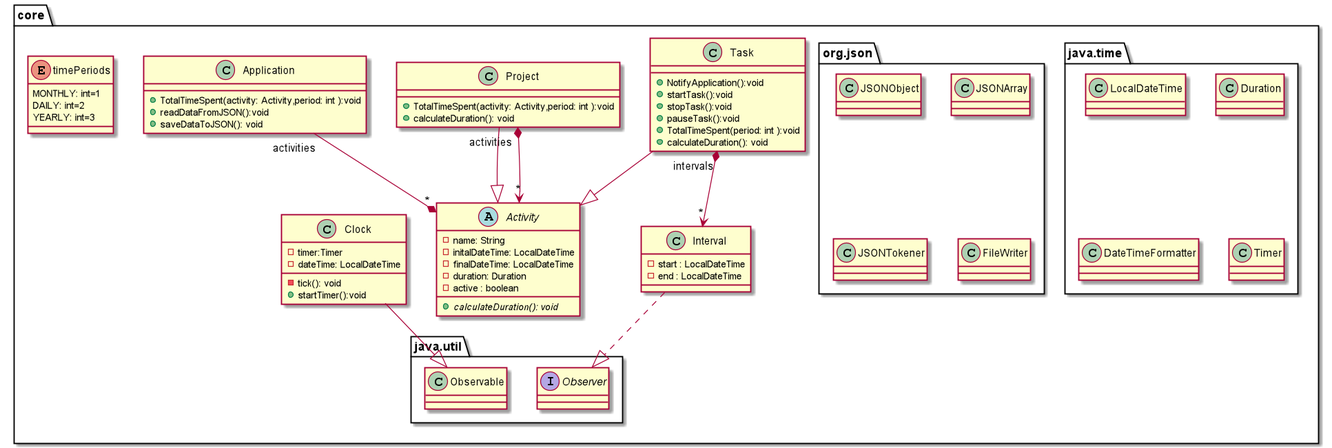
Above: FinalDiagram.png in Pau-Riba-Escobar/TimeTracker (PlantUML), before the change. The source it was exported from:
```plantuml
@startuml
package core{
    class Task
    class Interval
    class Project
    abstract class Activity
    class Application
    class Clock

    package java.util{
        class Observable
        interface Observer
        }
    package java.time{
           class LocalDateTime
           class Duration
           class DateTimeFormatter
           class Timer
        }
    package org.json{
        class JSONObject
        class JSONArray
        class JSONTokener
        class FileWriter
    }
    enum timePeriods{
        MONTHLY: int=1
        DAILY: int=2
        YEARLY: int=3
    }
}


abstract Activity{
    - name: String
    - initalDateTime: LocalDateTime
    - finalDateTime: LocalDateTime
    - duration: Duration
    - active : boolean
    + {abstract}calculateDuration(): void
}
class Application{
    + TotalTimeSpent(activity: Activity,period: int ):void
    + readDataFromJSON():void
    + saveDataToJSON(): void
}
class Project{
    + TotalTimeSpent(activity: Activity,period: int ):void
    + calculateDuration(): void
}
class Task{
    + NotifyApplication():void
    + startTask():void
    + stopTask():void
    + pauseTask():void
    + TotalTimeSpent(period: int ):void
    + calculateDuration(): void
}
class Interval{
    - start : LocalDateTime
    - end : LocalDateTime
}
class Clock{
    - timer:Timer
    - dateTime: LocalDateTime
    - tick(): void
    +startTimer():void
}
Application "activities " --* "*"Activity
Project --|> Activity
Project "activities "*-->"*"Activity
Task --|> Activity
Task "intervals"*-->"*"Interval
Clock --|> Observable
Interval ..|> Observer




@enduml
```
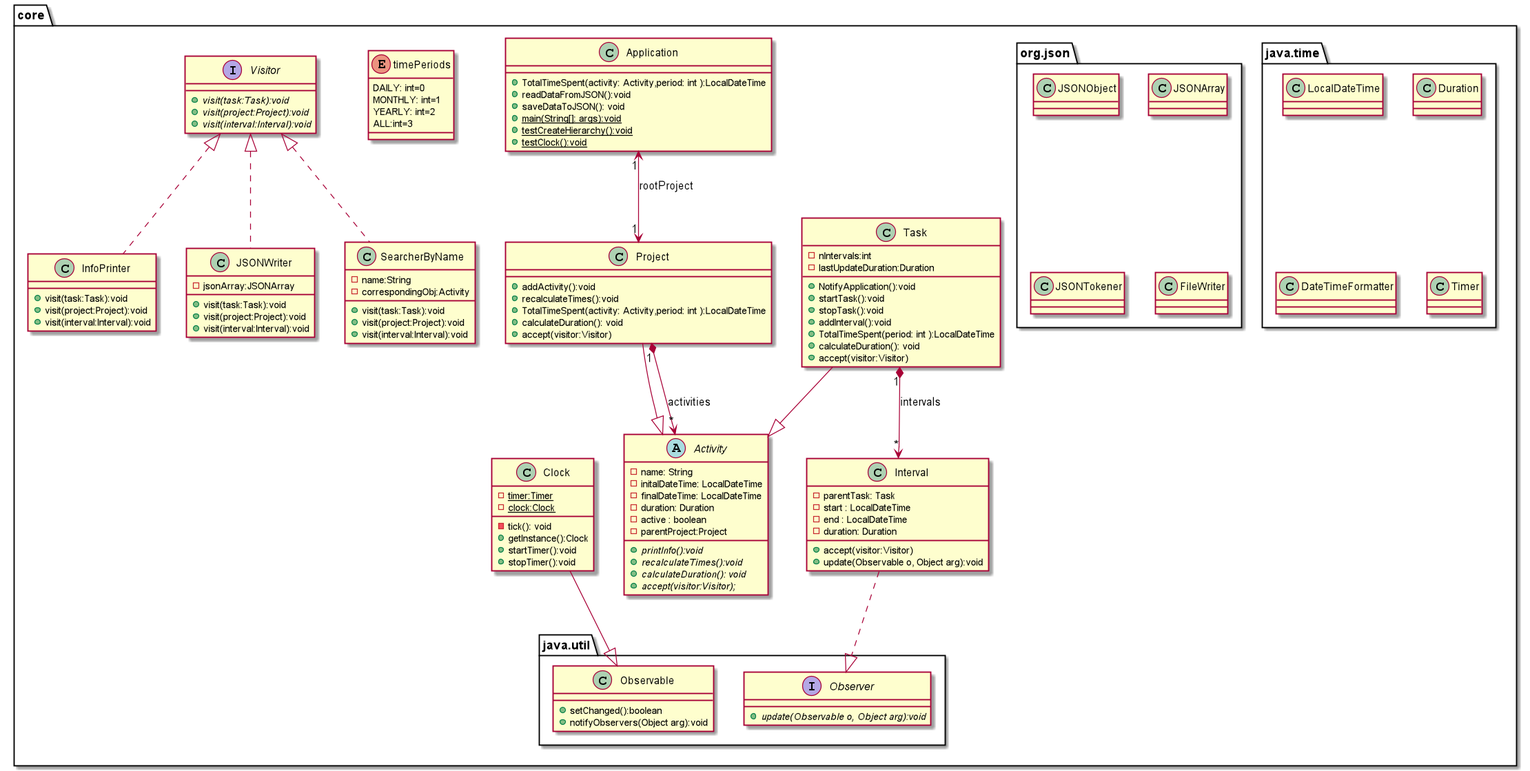
After the change.

The edit, as a diff of the source:
```diff
@@ -9,7 +9,14 @@
 
     package java.util{
         class Observable
+        {
+            + setChanged():boolean
+            + notifyObservers(Object arg):void
+        }
         interface Observer
+        {
+            + {abstract}update(Observable o, Object arg):void
+        }
         }
     package java.time{
            class LocalDateTime
@@ -24,55 +31,104 @@
         class FileWriter
     }
     enum timePeriods{
+        DAILY: int=0
         MONTHLY: int=1
-        DAILY: int=2
-        YEARLY: int=3
+        YEARLY: int=2
+        ALL:int=3
     }
+    interface Visitor
+    class InfoPrinter
+    class JSONWriter
+    class SearcherByName
 }
 
-
+interface Visitor{
+    +{abstract}visit(task:Task):void
+    +{abstract}visit(project:Project):void
+    +{abstract}visit(interval:Interval):void
+}
+class InfoPrinter{
+    +visit(task:Task):void
+    +visit(project:Project):void
+    +visit(interval:Interval):void
+}
+class JSONWriter{
+    - jsonArray:JSONArray
+    +visit(task:Task):void
+    +visit(project:Project):void
+    +visit(interval:Interval):void
+}
+class SearcherByName{
+    - name:String
+    - correspondingObj:Activity
+    +visit(task:Task):void
+    +visit(project:Project):void
+    +visit(interval:Interval):void
+}
 abstract Activity{
     - name: String
     - initalDateTime: LocalDateTime
     - finalDateTime: LocalDateTime
     - duration: Duration
     - active : boolean
+    - parentProject:Project
+    + {abstract}printInfo():void
+    + {abstract}recalculateTimes():void
     + {abstract}calculateDuration(): void
+     +{abstract}accept(visitor:Visitor);
 }
 class Application{
-    + TotalTimeSpent(activity: Activity,period: int ):void
+    + TotalTimeSpent(activity: Activity,period: int ):LocalDateTime
     + readDataFromJSON():void
     + saveDataToJSON(): void
+    + {static}main(String[]: args):void
+    + {static}testCreateHierarchy():void
+    + {static}testClock():void
 }
 class Project{
-    + TotalTimeSpent(activity: Activity,period: int ):void
+    + addActivity():void
+    + recalculateTimes():void
+    + TotalTimeSpent(activity: Activity,period: int ):LocalDateTime
     + calculateDuration(): void
+    + accept(visitor:Visitor)
 }
 class Task{
+    -nIntervals:int
+    -lastUpdateDuration:Duration
     + NotifyApplication():void
     + startTask():void
     + stopTask():void
-    + pauseTask():void
-    + TotalTimeSpent(period: int ):void
+    + addInterval():void
+    + TotalTimeSpent(period: int ):LocalDateTime
     + calculateDuration(): void
+    + accept(visitor:Visitor)
 }
 class Interval{
+    - parentTask: Task
     - start : LocalDateTime
     - end : LocalDateTime
+    - duration: Duration
+    + accept(visitor:Visitor)
+    + update(Observable o, Object arg):void
 }
 class Clock{
-    - timer:Timer
-    - dateTime: LocalDateTime
+    - {static}timer:Timer
+    - {static} clock:Clock
     - tick(): void
+    + getInstance():Clock
     +startTimer():void
+    +stopTimer():void
 }
-Application "activities " --* "*"Activity
+Application "1"<--> "1"Project: "rootProject"
 Project --|> Activity
-Project "activities "*-->"*"Activity
+Project "1"*-->"*"Activity: "activities "
 Task --|> Activity
-Task "intervals"*-->"*"Interval
+Task "1"*-->"*"Interval:"intervals"
 Clock --|> Observable
 Interval ..|> Observer
+Visitor<|..InfoPrinter
+Visitor<|..JSONWriter
+Visitor<|..SearcherByName
 
 
 
```
